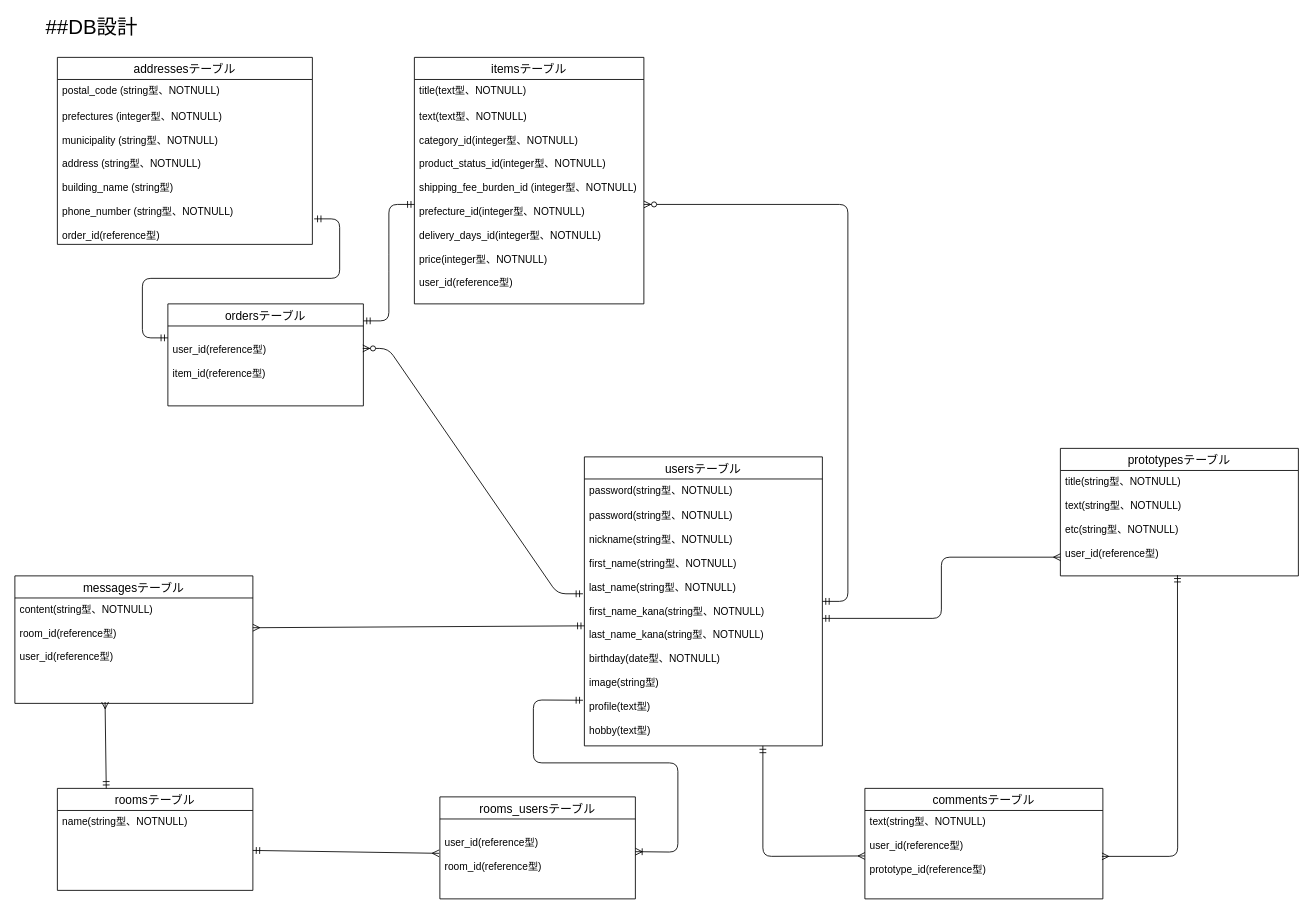
ryo106/connect-30940 keeps this draw.io diagram as ER図.dio. Above is the earlier version. Source tidied: cells renumbered, new cells numbered last; positions are measured from the earlier drawing's top-left corner, leaving out a move shared by most shapes. Both pictures are drawn from the tidied source at 85%, with x=0, y=0 at pixel (14, 14).
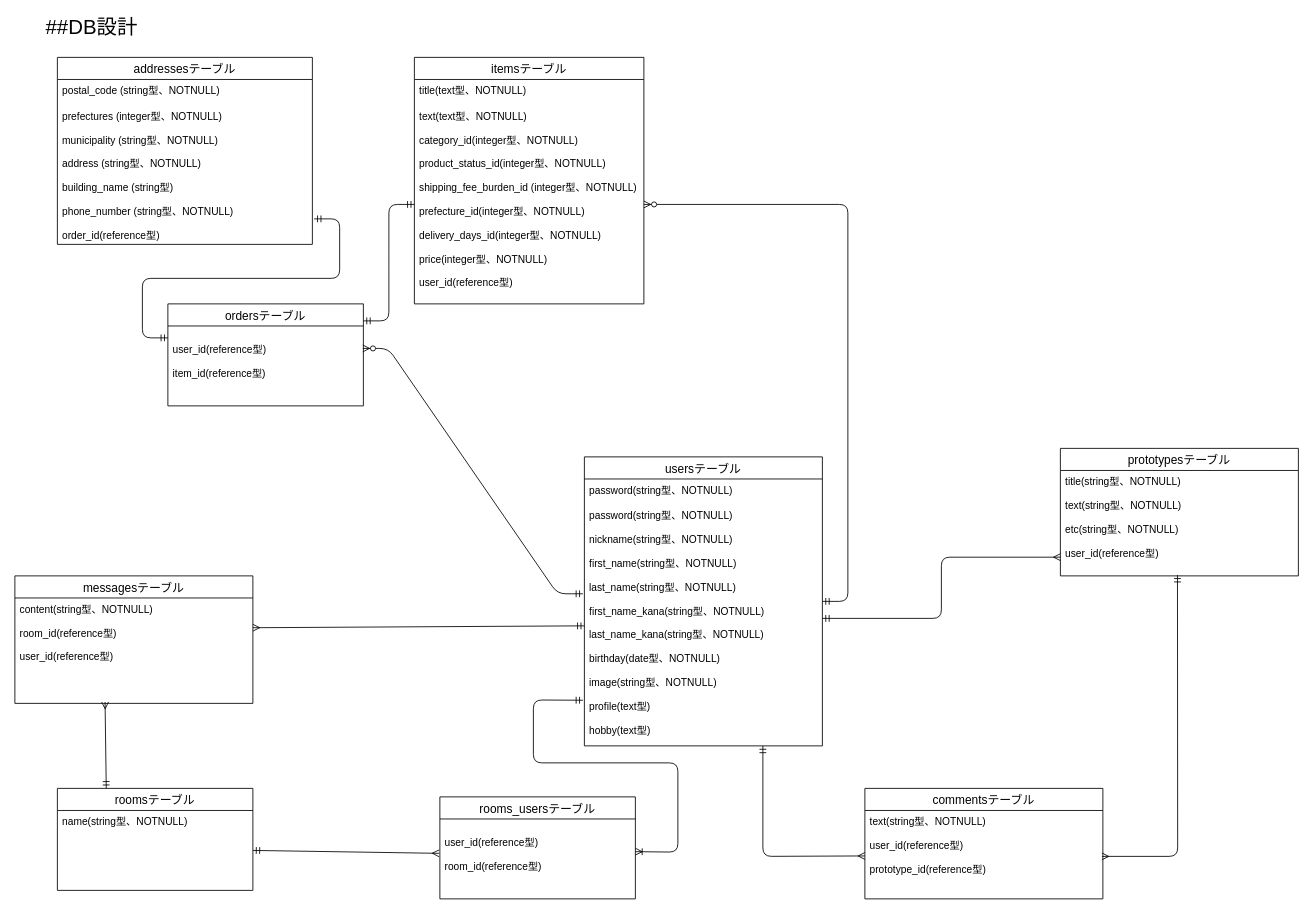
The same page after the edit.

The change refers to these unchanged cells:
```xml
<mxCell id="19" value="usersテーブル" style="swimlane;fontStyle=0;horizontal=1;startSize=26;align=center;fontSize=14;" parent="1" vertex="1">
  <mxGeometry x="670" y="520" width="280" height="340" as="geometry" />
</mxCell>
```

Diff of the diagram source:
```diff
@@
-    <mxCell id="21" value="password(string型、NOTNULL)&#10;&#10;nickname(string型、NOTNULL)&#10;&#10;first_name(string型、NOTNULL)&#10;&#10;last_name(string型、NOTNULL)&#10;&#10;first_name_kana(string型、NOTNULL)&#10;&#10;last_name_kana(string型、NOTNULL)&#10;&#10;birthday(date型、NOTNULL)&#10;&#10;image(string型)&#10;&#10;profile(text型)&#10;&#10;hobby(text型)&#10;" style="text;strokeColor=none;fillColor=none;spacingLeft=4;spacingRight=4;overflow=hidden;points=[[0,0.5],[1,0.5]];portConstraint=eastwest;fontSize=12;" parent="19" vertex="1">
+    <mxCell id="21" value="password(string型、NOTNULL)&#10;&#10;nickname(string型、NOTNULL)&#10;&#10;first_name(string型、NOTNULL)&#10;&#10;last_name(string型、NOTNULL)&#10;&#10;first_name_kana(string型、NOTNULL)&#10;&#10;last_name_kana(string型、NOTNULL)&#10;&#10;birthday(date型、NOTNULL)&#10;&#10;image(string型、NOTNULL)&#10;&#10;profile(text型)&#10;&#10;hobby(text型)&#10;" style="text;strokeColor=none;fillColor=none;spacingLeft=4;spacingRight=4;overflow=hidden;points=[[0,0.5],[1,0.5]];portConstraint=eastwest;fontSize=12;" parent="19" vertex="1">
       <mxGeometry y="56" width="280" height="284" as="geometry" />
     </mxCell>
```
